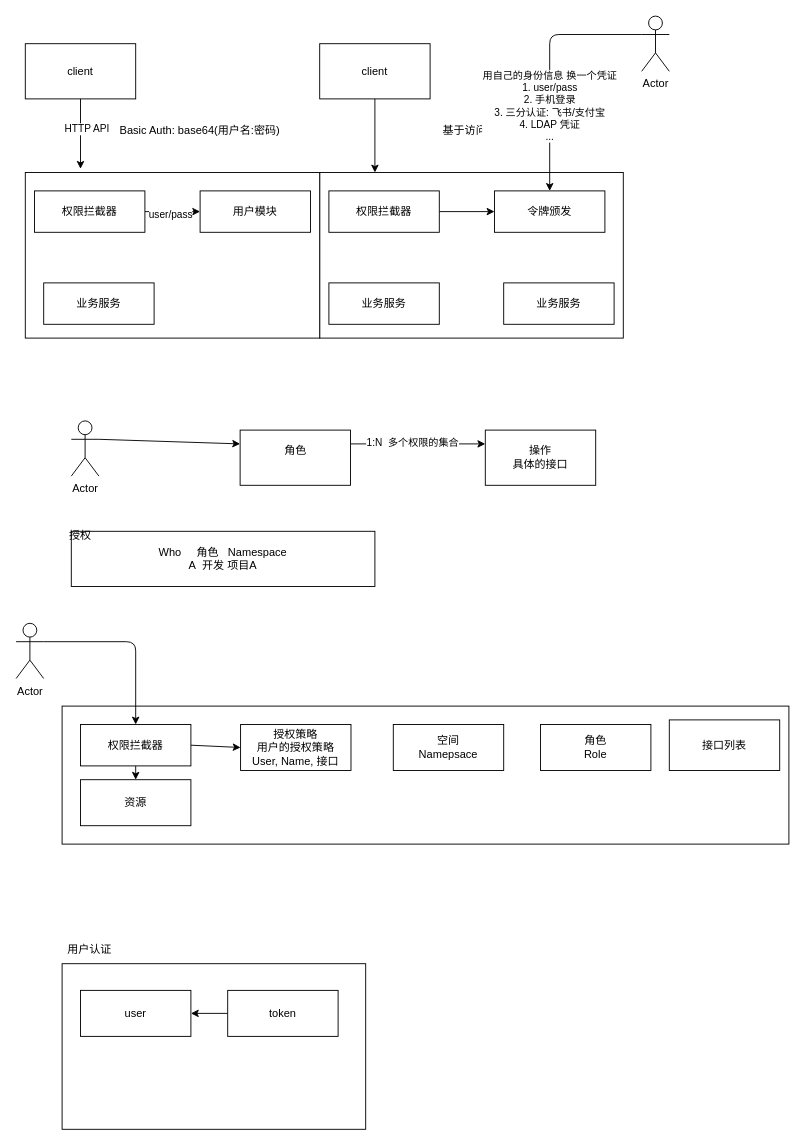
This is devcloud/mcenter/design.drawio from is-Xiaoen/DevCloud, a draw.io file, before an edit. Source tidied: cells renumbered, new cells numbered last; positions are measured from the earlier drawing's top-left corner, leaving out a move shared by most shapes. Both pictures are drawn from the tidied source at 92%, with x=0, y=0 at pixel (16, 16).
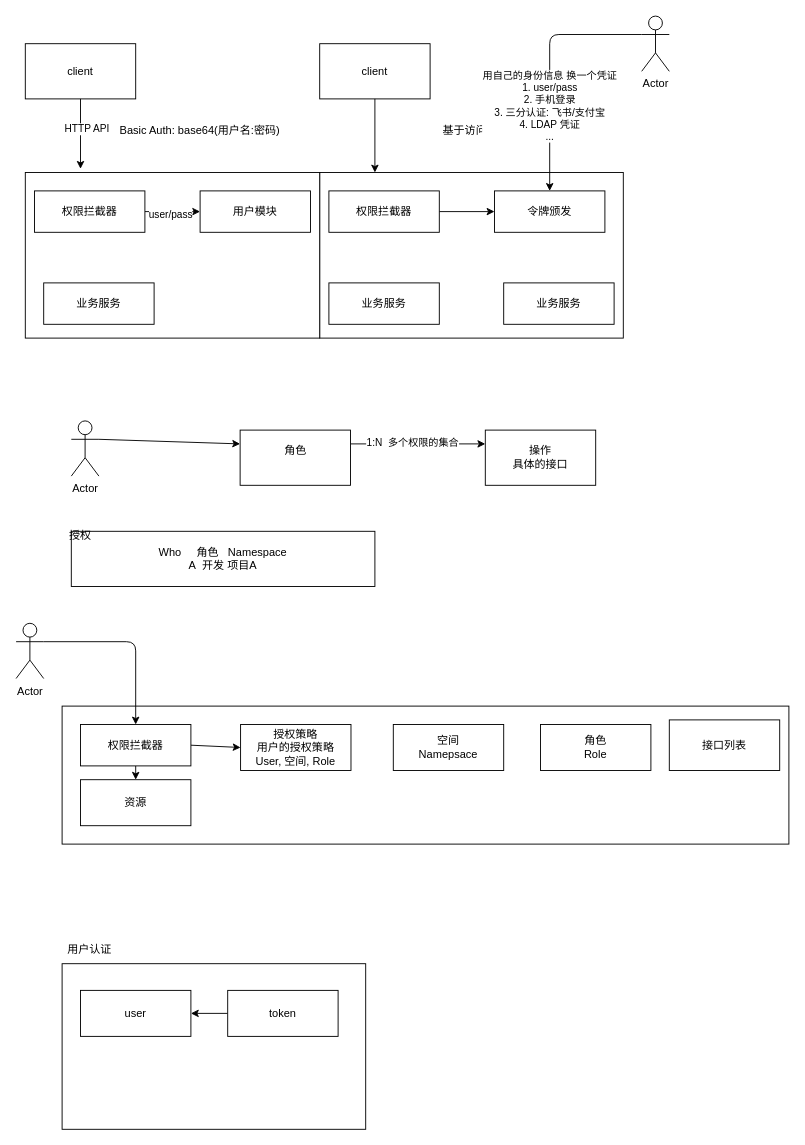
The same page after the edit.

Change to the diagram source:
```diff
@@
-    <mxCell id="39" value="授权策略&lt;div&gt;用户的授权策略&lt;/div&gt;&lt;div&gt;User, Name, 接口&lt;/div&gt;" style="rounded=0;whiteSpace=wrap;html=1;" parent="1" vertex="1">
+    <mxCell id="39" value="授权策略&lt;div&gt;用户的授权策略&lt;/div&gt;&lt;div&gt;User, 空间, Role&lt;/div&gt;" style="rounded=0;whiteSpace=wrap;html=1;" parent="1" vertex="1">
       <mxGeometry x="244" y="770" width="120" height="50" as="geometry" />
     </mxCell>
```
